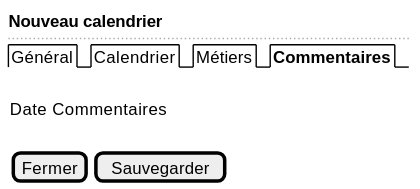
Above: projects/activity-calendar/spe/images/activity-calendar-comments.svg in sumaris-net/sumaris-doc (PlantUML), before the change. Its diagram source:
```plantuml
@startsalt
{
  <b>Nouveau calendrier
  ..
  {/ Général | Calendrier | Métiers | <b>Commentaires }
  .

  { Date Commentaires
  }
  .

  { [Fermer] | [Sauvegarder] }
}
@endsalt
```
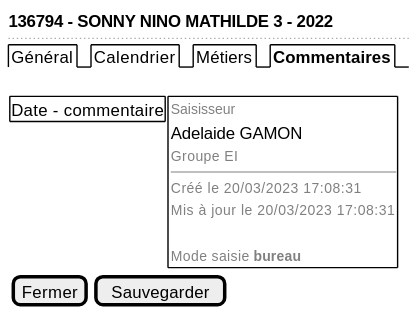
The same file after the commit.

What changed in the source:
```diff
@@ -1,13 +1,25 @@
 @startsalt
 {
-  <b>Nouveau calendrier
+  <b>136794 - SONNY NINO MATHILDE 3 - 2022
   ..
   {/ Général | Calendrier | Métiers | <b>Commentaires }
   .
 
-  { Date Commentaires
-  }
-  .
+
+
+    {
+     {# Date - commentaire } |
+     {+
+                { <font color=grey size=10>Saisisseur
+                Adelaide GAMON
+                <font color=grey size=10>Groupe EI
+                --
+                <font color=grey size=10>Créé le 20/03/2023 17:08:31
+                <font color=grey size=10>Mis à jour le 20/03/2023 17:08:31
+                .
+                <font color=grey size=10>Mode saisie <b>bureau
+     }}
+    }
 
   { [Fermer] | [Sauvegarder] }
 }
```
